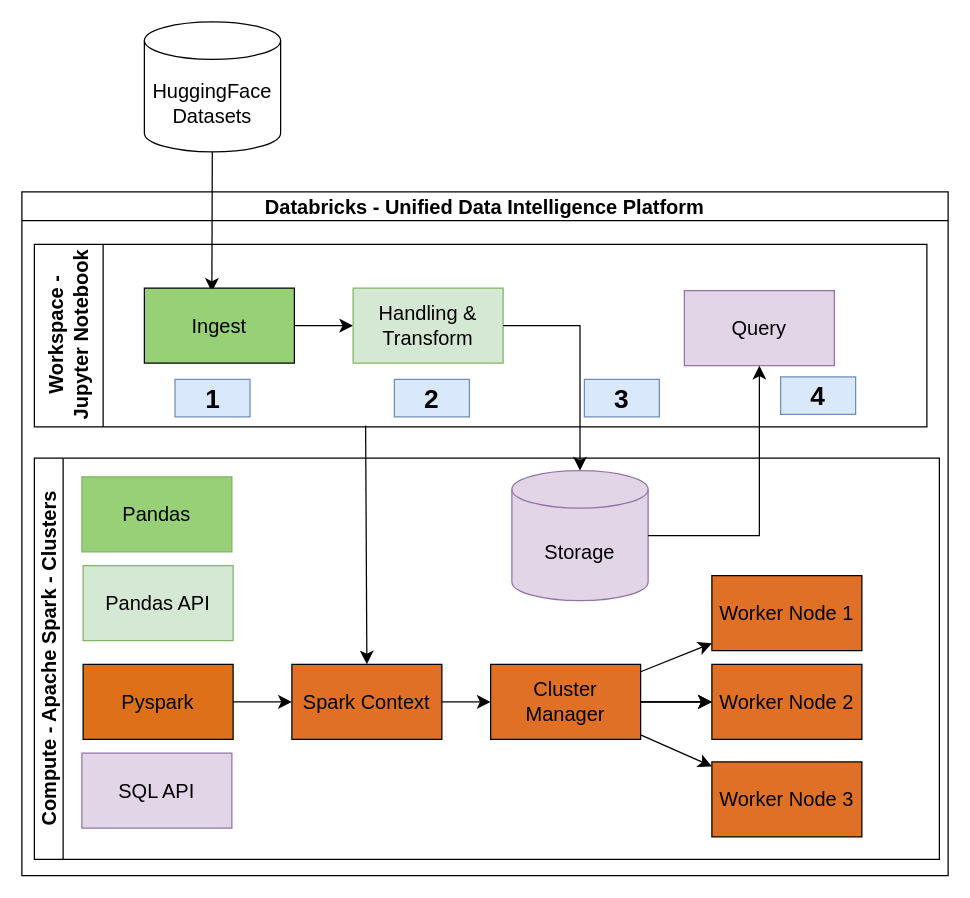
Earlier version of the draw.io diagram diagram.drawio (mmayorga97/dataprocessing_databricks). Source tidied: cells renumbered, new cells numbered last; positions are measured from the earlier drawing's top-left corner, leaving out a move shared by most shapes. Both pictures are drawn from the tidied source at 125%, with x=0, y=0 at pixel (21, 21).
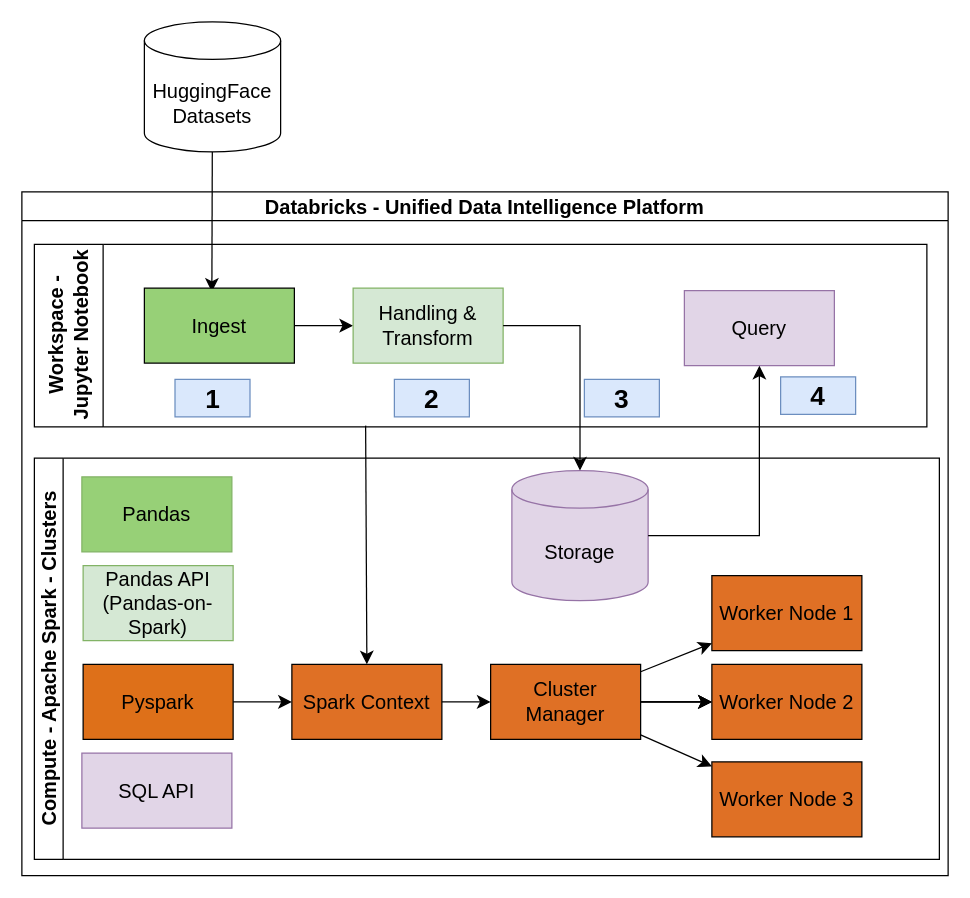
The same diagram, later.

The change refers to these unchanged cells:
```xml
<mxCell id="18" style="group;" parent="15" vertex="1">
  <mxGeometry x="39" y="94" width="623" height="209" as="geometry" />
</mxCell>
```

What changed in the source:
```diff
@@
-    <mxCell id="32" value="Pandas API" style="rounded=0;whiteSpace=wrap;html=1;fontSize=16;fillColor=#d5e8d4;strokeColor=#82b366;" parent="18" vertex="1">
+    <mxCell id="32" value="Pandas API (Pandas-on-Spark)" style="rounded=0;whiteSpace=wrap;html=1;fontSize=16;fillColor=#d5e8d4;strokeColor=#82b366;" parent="18" vertex="1">
       <mxGeometry y="-8" width="120" height="60" as="geometry" />
     </mxCell>
```
